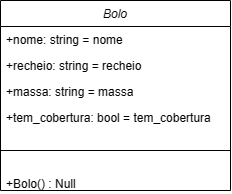
Before: Diagrama1.png, a diagram exported from draw.io (Joaobcamargos/POO-Python-Java). Source tidied: cells renumbered, new cells last; positions are measured from the earlier drawing's top-left corner, leaving out a move shared by most shapes.
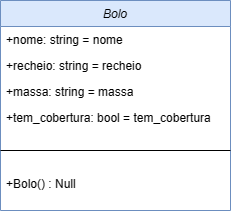
Above is the later version.

What changed in the source:
```diff
@@ -2,8 +2,8 @@
   <root>
     <mxCell id="0" />
     <mxCell id="1" parent="0" />
-    <mxCell id="2" value="Bolo" style="swimlane;fontStyle=2;align=center;verticalAlign=top;horizontal=1;startSize=26;rounded=0;shadow=0;strokeWidth=1;" parent="1" vertex="1">
-      <mxGeometry width="230" height="190" as="geometry" />
+    <mxCell id="2" value="Bolo" style="swimlane;fontStyle=2;align=center;verticalAlign=top;horizontal=1;startSize=26;rounded=0;shadow=0;strokeWidth=1;fillColor=#DAE8FC;strokeColor=#6c8ebf;" parent="1" vertex="1">
+      <mxGeometry width="230" height="210" as="geometry" />
     </mxCell>
     <mxCell id="3" value="+nome: string = nome" style="text;align=left;verticalAlign=top;spacingLeft=4;spacingRight=4;overflow=hidden;" parent="2" vertex="1">
       <mxGeometry y="26" width="230" height="26" as="geometry" />
```
